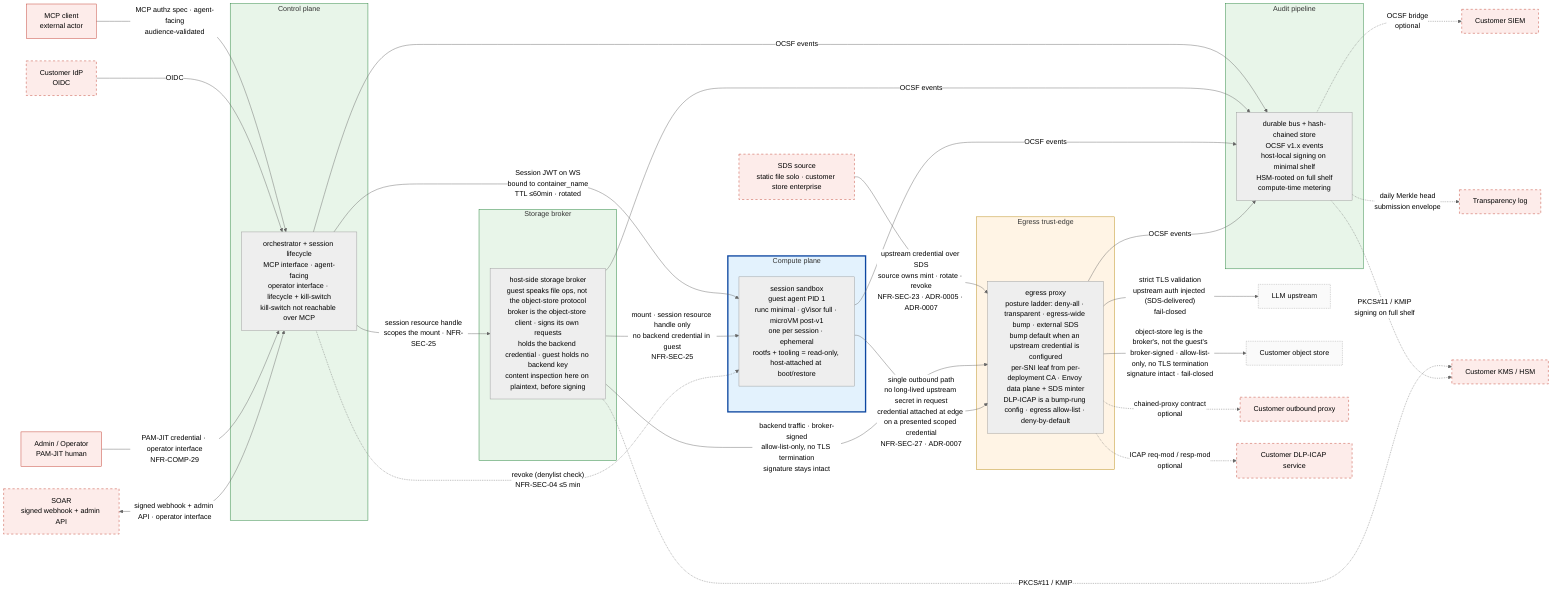
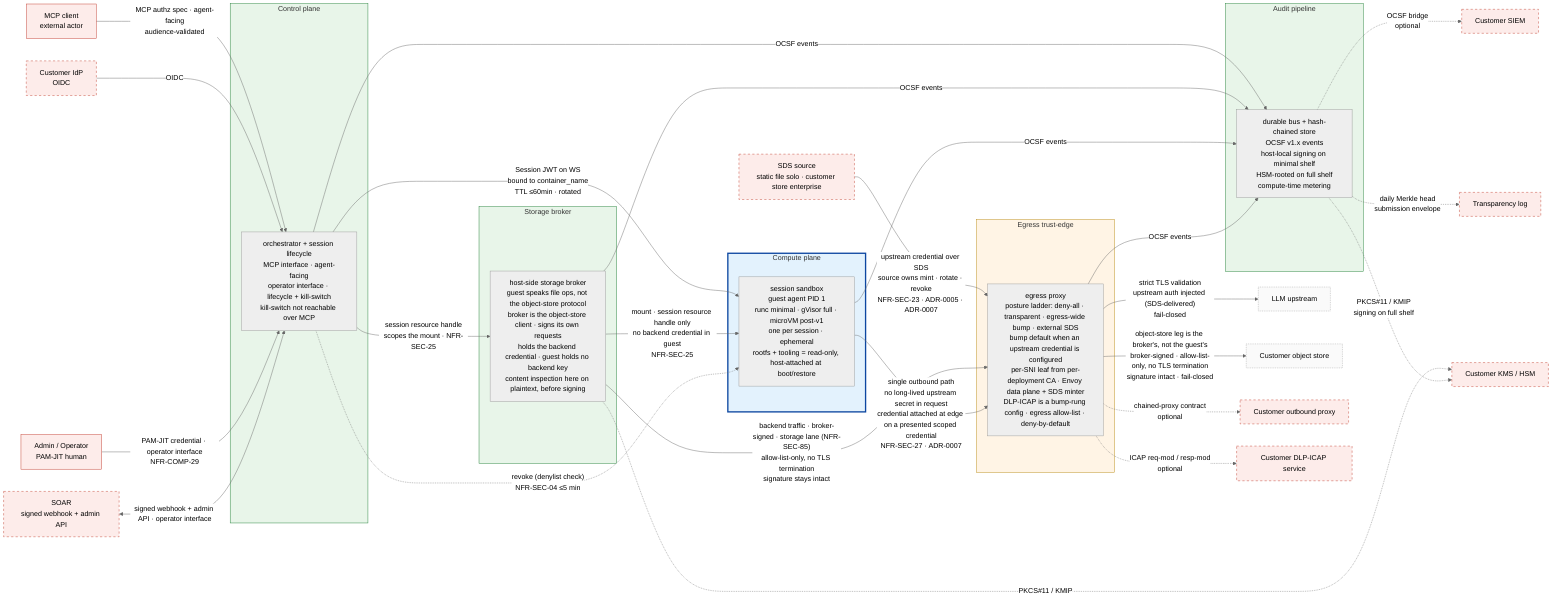
%% SPDX-License-Identifier: FSL-1.1-Apache-2.0
%% Copyright (c) 2025 Open Computer Use Contributors
%% Canonical Layer 3 trust-zone diagram. Referenced from docs/architecture/02-trust-boundaries.md §5.
%% Convention: solid subgraph border = always present; dashed border = optional configuration.
%% Palette (project convention): red untrusted / amber semi-trusted / green trusted / blue isolated.

%%{init: {"theme": "neutral"} }%%
flowchart LR

    %% ─── external actors (untrusted; rendered as plain nodes, not subgraphs) ───
    MCPC[MCP client<br/>external actor]:::ext
    IDP[Customer IdP<br/>OIDC]:::extOpt
    LLM[LLM upstream]:::endpoint
    OBJ[Customer object store]:::endpoint
    CPROXY[Customer outbound proxy]:::extOpt
    ICAP[Customer DLP-ICAP service]:::extOpt
    SIEM[Customer SIEM]:::extOpt
    KMS[Customer KMS / HSM]:::extOpt
    SDS[SDS source<br/>static file solo · customer store enterprise]:::extOpt
    SOAR[SOAR<br/>signed webhook + admin API]:::extOpt
    OPER[Admin / Operator<br/>PAM-JIT human]:::ext
    TLOG[Transparency log]:::extOpt

    %% ─── our zones ───
    %% Control plane is one trust-zone exposing two interfaces: an agent-facing
    %% MCP surface (tool calls) and an operator/lifecycle surface (session
    %% lifecycle, quota, kill-switch). The kill-switch is reachable only on the
    %% operator surface — never over MCP. The two-container split is a Layer 6
    %% concern; here they are one zone.
    subgraph CP[Control plane]
        ORCH[orchestrator + session lifecycle<br/>MCP interface · agent-facing<br/>operator interface · lifecycle + kill-switch<br/>kill-switch not reachable over MCP]
    end

    subgraph STORE[Storage broker]
        SB[host-side storage broker<br/>guest speaks file ops, not the object-store protocol<br/>broker is the object-store client · signs its own requests<br/>holds the backend credential · guest holds no backend key<br/>content inspection here on plaintext, before signing]
    end

    subgraph COMPUTE[Compute plane]
        VM[session sandbox<br/>guest agent PID 1<br/>runc minimal · gVisor full · microVM post-v1<br/>one per session · ephemeral<br/>rootfs + tooling = read-only, host-attached at boot/restore]
    end

    %% Posture is the §7 ladder, not two modes; injection at the egress-wide-bump rung. See ADR-0007.
    subgraph EDGE[Egress trust-edge]
        PROXY[egress proxy<br/>posture ladder: deny-all · transparent · egress-wide bump · external SDS<br/>bump default when an upstream credential is configured<br/>per-SNI leaf from per-deployment CA · Envoy data plane + SDS minter<br/>DLP-ICAP is a bump-rung config · egress allow-list · deny-by-default]
    end

    subgraph AUDIT[Audit pipeline]
        BUS[durable bus + hash-chained store<br/>OCSF v1.x events<br/>host-local signing on minimal shelf<br/>HSM-rooted on full shelf<br/>compute-time metering]
    end

    %% ─── inbound edges ───
    %% MCP arrives on the agent-facing interface; operator + SOAR arrive on the
    %% operator/lifecycle interface. Distinct auth; the kill-switch lives only
    %% on the latter.
    MCPC -->|"MCP authz spec · agent-facing<br/>audience-validated"| ORCH
    IDP -->|OIDC| ORCH
    OPER -->|"PAM-JIT credential · operator interface<br/>NFR-COMP-29"| ORCH
    SOAR <-->|"signed webhook + admin API · operator interface"| ORCH

    %% ─── internal edges (encrypted in transit; NFR-SEC-37) ───
    ORCH -->|"Session JWT on WS<br/>bound to container_name<br/>TTL ≤60min · rotated"| VM
    ORCH -->|"session resource handle<br/>scopes the mount · NFR-SEC-25"| SB
    SDS -->|"upstream credential over SDS<br/>source owns mint · rotate · revoke<br/>NFR-SEC-23 · ADR-0005 · ADR-0007"| PROXY

    %% ─── storage-mount path (second guest-data boundary: in vs out) ───
    %% Distinct from egress. The guest reads/writes mutable user-data through a
    %% mount the broker serves; the guest holds only a session-scoped resource
    %% handle (e.g. filesystem_id), never the storage backend credential. The
-     %% broker's own backend traffic is authorized at the Egress trust-edge like
-     %% any upstream. Mount substrate (FUSE / virtio-fs / 9p) is component-spec.
+     %% broker's own backend traffic leaves on a storage-dedicated lane at the
+     %% Egress trust-edge, distinct from the guest egress lane (NFR-SEC-85).
+     %% Mount substrate (FUSE / virtio-fs / 9p) is component-spec.
    SB -->|"mount · session resource handle only<br/>no backend credential in guest<br/>NFR-SEC-25"| VM
-     SB -->|"backend traffic · broker-signed<br/>allow-list-only, no TLS termination<br/>signature stays intact"| PROXY
+     SB -->|"backend traffic · broker-signed · storage lane (NFR-SEC-85)<br/>allow-list-only, no TLS termination<br/>signature stays intact"| PROXY

    %% ─── revoke channel (denylist; independent of IdP reachability) ───
    %% Compute plane gets a direct denylist check (Session JWT TTL ≤60min needs it);
    %% Egress trust-edge revoke = the edge stops injecting upstream auth for a
    %% revoked session; the SDS source owns the credential's own TTL, so no
    %% direct ORCH→PROXY edge.
    ORCH -.->|"revoke (denylist check)<br/>NFR-SEC-04 ≤5 min"| VM

    %% ─── egress edges ───
    VM -->|"single outbound path<br/>no long-lived upstream secret in request<br/>credential attached at edge on a presented scoped credential<br/>NFR-SEC-27 · ADR-0007"| PROXY
    PROXY -->|"strict TLS validation<br/>upstream auth injected (SDS-delivered)<br/>fail-closed"| LLM
    PROXY -->|"object-store leg is the broker's, not the guest's<br/>broker-signed · allow-list-only, no TLS termination<br/>signature intact · fail-closed"| OBJ
    PROXY -.->|"chained-proxy contract<br/>optional"| CPROXY
    PROXY -.->|"ICAP req-mod / resp-mod<br/>optional"| ICAP

    %% ─── audit edges (every named zone emits OCSF events) ───
    ORCH -->|OCSF events| BUS
    SB -->|OCSF events| BUS
    VM -->|OCSF events| BUS
    PROXY -->|OCSF events| BUS

    %% ─── audit egress ───
    BUS -.->|"OCSF bridge<br/>optional"| SIEM
    BUS -.->|"daily Merkle head<br/>submission envelope"| TLOG

    %% ─── KMS path (optional, full-capability shelf only) ───
    SB -.->|"PKCS#11 / KMIP"| KMS
    BUS -.->|"PKCS#11 / KMIP<br/>signing on full shelf"| KMS

    %% ─── styling (project palette: red untrusted / amber semi-trusted / green trusted / blue isolated) ───
    classDef ext fill:#fdecea,stroke:#c0392b,stroke-width:1px;
    classDef extOpt fill:#fdecea,stroke:#c0392b,stroke-dasharray: 5 5;
    classDef endpoint fill:#fafafa,stroke:#9e9e9e,stroke-dasharray: 2 2;
    style CP fill:#e8f5e9,stroke:#1e7e34,stroke-width:1px;
    style STORE fill:#e8f5e9,stroke:#1e7e34,stroke-width:1px;
    style COMPUTE fill:#e3f2fd,stroke:#0d47a1,stroke-width:3px;
    style EDGE fill:#fff4e5,stroke:#b8860b,stroke-width:1px;
    style AUDIT fill:#e8f5e9,stroke:#1e7e34,stroke-width:1px;
